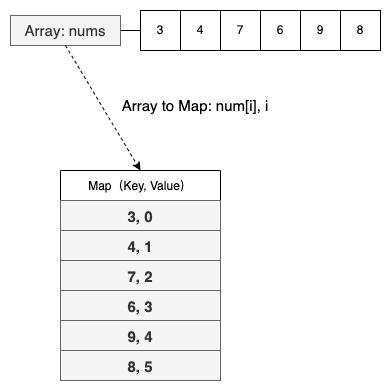
The draw.io diagram pics/0001_two_sum_arr2map.png in rickbsr/example-leetcode, before a commit. Source tidied: cells renumbered, new cells last; positions are measured from the earlier drawing's top-left corner, leaving out a move shared by most shapes. Source of this version:
```xml
<mxGraphModel>
  <root>
    <mxCell id="0" />
    <mxCell id="1" parent="0" />
    <mxCell id="2" value="Map（Key, Value）" style="swimlane;fontStyle=0;horizontal=1;startSize=30;" parent="1" vertex="1">
      <mxGeometry x="50" y="160" width="160" height="210" as="geometry" />
    </mxCell>
    <mxCell id="3" value="3, 0" style="text;strokeColor=#666666;fillColor=#f5f5f5;align=center;verticalAlign=middle;spacingLeft=4;spacingRight=4;overflow=hidden;fontColor=#333333;fontStyle=1;fontSize=15;" parent="2" vertex="1">
      <mxGeometry y="30" width="160" height="30" as="geometry" />
    </mxCell>
    <mxCell id="4" value="4, 1" style="text;strokeColor=#666666;fillColor=#f5f5f5;align=center;verticalAlign=middle;spacingLeft=4;spacingRight=4;overflow=hidden;fontColor=#333333;fontStyle=1;fontSize=15;" parent="2" vertex="1">
      <mxGeometry y="60" width="160" height="30" as="geometry" />
    </mxCell>
    <mxCell id="5" value="7, 2" style="text;strokeColor=#666666;fillColor=#f5f5f5;align=center;verticalAlign=middle;spacingLeft=4;spacingRight=4;overflow=hidden;fontColor=#333333;fontStyle=1;fontSize=15;" parent="2" vertex="1">
      <mxGeometry y="90" width="160" height="30" as="geometry" />
    </mxCell>
    <mxCell id="6" value="6, 3" style="text;strokeColor=#666666;fillColor=#f5f5f5;align=center;verticalAlign=middle;spacingLeft=4;spacingRight=4;overflow=hidden;fontColor=#333333;fontStyle=1;fontSize=15;" parent="2" vertex="1">
      <mxGeometry y="120" width="160" height="30" as="geometry" />
    </mxCell>
    <mxCell id="7" value="9, 4" style="text;strokeColor=#666666;fillColor=#f5f5f5;align=center;verticalAlign=middle;spacingLeft=4;spacingRight=4;overflow=hidden;fontColor=#333333;fontStyle=1;fontSize=15;" parent="2" vertex="1">
      <mxGeometry y="150" width="160" height="30" as="geometry" />
    </mxCell>
    <mxCell id="8" value="8, 5" style="text;strokeColor=#666666;fillColor=#f5f5f5;align=center;verticalAlign=middle;spacingLeft=4;spacingRight=4;overflow=hidden;fontColor=#333333;fontStyle=1;fontSize=15;" parent="2" vertex="1">
      <mxGeometry y="180" width="160" height="30" as="geometry" />
    </mxCell>
    <mxCell id="9" value="3" style="rounded=0;whiteSpace=wrap;html=1;" parent="1" vertex="1">
      <mxGeometry x="130" width="40" height="40" as="geometry" />
    </mxCell>
    <mxCell id="10" value="4" style="rounded=0;whiteSpace=wrap;html=1;" parent="1" vertex="1">
      <mxGeometry x="170" width="40" height="40" as="geometry" />
    </mxCell>
    <mxCell id="11" value="7" style="rounded=0;whiteSpace=wrap;html=1;" parent="1" vertex="1">
      <mxGeometry x="210" width="40" height="40" as="geometry" />
    </mxCell>
    <mxCell id="12" value="6" style="rounded=0;whiteSpace=wrap;html=1;" parent="1" vertex="1">
      <mxGeometry x="250" width="40" height="40" as="geometry" />
    </mxCell>
    <mxCell id="13" value="9" style="rounded=0;whiteSpace=wrap;html=1;" parent="1" vertex="1">
      <mxGeometry x="290" width="40" height="40" as="geometry" />
    </mxCell>
    <mxCell id="14" value="8" style="rounded=0;whiteSpace=wrap;html=1;" parent="1" vertex="1">
      <mxGeometry x="330" width="40" height="40" as="geometry" />
    </mxCell>
    <mxCell id="15" style="edgeStyle=orthogonalEdgeStyle;rounded=0;jettySize=auto;html=1;exitX=1;exitY=0.5;exitDx=0;exitDy=0;entryX=0;entryY=0.5;entryDx=0;entryDy=0;fontSize=15;endArrow=none;endFill=0;" parent="1" edge="1" source="16" target="9">
      <mxGeometry relative="1" as="geometry" />
    </mxCell>
    <mxCell id="16" value="Array: nums" style="text;html=1;align=center;verticalAlign=middle;whiteSpace=wrap;rounded=0;fontSize=15;fillColor=#f5f5f5;fontColor=#333333;strokeColor=#666666;" parent="1" vertex="1">
      <mxGeometry y="5" width="110" height="30" as="geometry" />
    </mxCell>
    <mxCell id="17" style="endArrow=classic;html=1;rounded=0;fontSize=15;exitX=0.5;exitY=1;exitDx=0;exitDy=0;entryX=0.5;entryY=0;entryDx=0;entryDy=0;dashed=1;" parent="1" edge="1" source="16" target="2">
      <mxGeometry relative="1" as="geometry" />
    </mxCell>
    <mxCell id="18" value="Array to Map: num[i], i" style="text;html=1;strokeColor=none;fillColor=none;align=center;verticalAlign=middle;whiteSpace=wrap;rounded=0;fontSize=15;" parent="1" vertex="1">
      <mxGeometry x="80" y="80" width="210" height="30" as="geometry" />
    </mxCell>
  </root>
</mxGraphModel>
```
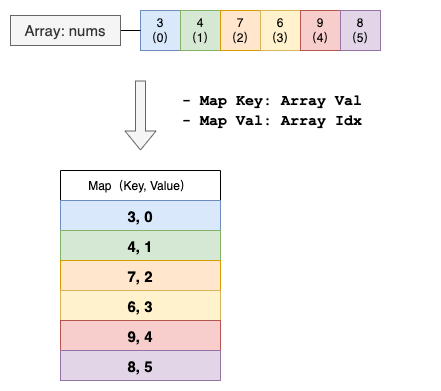
The same diagram one commit later.

What changed in the source:
```diff
@@ -5,40 +5,40 @@
     <mxCell id="2" value="Map（Key, Value）" style="swimlane;fontStyle=0;horizontal=1;startSize=30;" parent="1" vertex="1">
       <mxGeometry x="50" y="160" width="160" height="210" as="geometry" />
     </mxCell>
-    <mxCell id="3" value="3, 0" style="text;strokeColor=#666666;fillColor=#f5f5f5;align=center;verticalAlign=middle;spacingLeft=4;spacingRight=4;overflow=hidden;fontColor=#333333;fontStyle=1;fontSize=15;" parent="2" vertex="1">
+    <mxCell id="3" value="3, 0" style="text;strokeColor=#6c8ebf;fillColor=#dae8fc;align=center;verticalAlign=middle;spacingLeft=4;spacingRight=4;overflow=hidden;fontStyle=1;fontSize=15;" parent="2" vertex="1">
       <mxGeometry y="30" width="160" height="30" as="geometry" />
     </mxCell>
-    <mxCell id="4" value="4, 1" style="text;strokeColor=#666666;fillColor=#f5f5f5;align=center;verticalAlign=middle;spacingLeft=4;spacingRight=4;overflow=hidden;fontColor=#333333;fontStyle=1;fontSize=15;" parent="2" vertex="1">
+    <mxCell id="4" value="4, 1" style="text;strokeColor=#82b366;fillColor=#d5e8d4;align=center;verticalAlign=middle;spacingLeft=4;spacingRight=4;overflow=hidden;fontStyle=1;fontSize=15;" parent="2" vertex="1">
       <mxGeometry y="60" width="160" height="30" as="geometry" />
     </mxCell>
-    <mxCell id="5" value="7, 2" style="text;strokeColor=#666666;fillColor=#f5f5f5;align=center;verticalAlign=middle;spacingLeft=4;spacingRight=4;overflow=hidden;fontColor=#333333;fontStyle=1;fontSize=15;" parent="2" vertex="1">
+    <mxCell id="5" value="7, 2" style="text;strokeColor=#d79b00;fillColor=#ffe6cc;align=center;verticalAlign=middle;spacingLeft=4;spacingRight=4;overflow=hidden;fontStyle=1;fontSize=15;" parent="2" vertex="1">
       <mxGeometry y="90" width="160" height="30" as="geometry" />
     </mxCell>
-    <mxCell id="6" value="6, 3" style="text;strokeColor=#666666;fillColor=#f5f5f5;align=center;verticalAlign=middle;spacingLeft=4;spacingRight=4;overflow=hidden;fontColor=#333333;fontStyle=1;fontSize=15;" parent="2" vertex="1">
+    <mxCell id="6" value="6, 3" style="text;strokeColor=#d6b656;fillColor=#fff2cc;align=center;verticalAlign=middle;spacingLeft=4;spacingRight=4;overflow=hidden;fontStyle=1;fontSize=15;" parent="2" vertex="1">
       <mxGeometry y="120" width="160" height="30" as="geometry" />
     </mxCell>
-    <mxCell id="7" value="9, 4" style="text;strokeColor=#666666;fillColor=#f5f5f5;align=center;verticalAlign=middle;spacingLeft=4;spacingRight=4;overflow=hidden;fontColor=#333333;fontStyle=1;fontSize=15;" parent="2" vertex="1">
+    <mxCell id="7" value="9, 4" style="text;strokeColor=#b85450;fillColor=#f8cecc;align=center;verticalAlign=middle;spacingLeft=4;spacingRight=4;overflow=hidden;fontStyle=1;fontSize=15;" parent="2" vertex="1">
       <mxGeometry y="150" width="160" height="30" as="geometry" />
     </mxCell>
-    <mxCell id="8" value="8, 5" style="text;strokeColor=#666666;fillColor=#f5f5f5;align=center;verticalAlign=middle;spacingLeft=4;spacingRight=4;overflow=hidden;fontColor=#333333;fontStyle=1;fontSize=15;" parent="2" vertex="1">
+    <mxCell id="8" value="8, 5" style="text;strokeColor=#9673a6;fillColor=#e1d5e7;align=center;verticalAlign=middle;spacingLeft=4;spacingRight=4;overflow=hidden;fontStyle=1;fontSize=15;" parent="2" vertex="1">
       <mxGeometry y="180" width="160" height="30" as="geometry" />
     </mxCell>
-    <mxCell id="9" value="3" style="rounded=0;whiteSpace=wrap;html=1;" parent="1" vertex="1">
+    <mxCell id="9" value="3&lt;br&gt;（0）" style="rounded=0;whiteSpace=wrap;html=1;fillColor=#dae8fc;strokeColor=#6c8ebf;" parent="1" vertex="1">
       <mxGeometry x="130" width="40" height="40" as="geometry" />
     </mxCell>
-    <mxCell id="10" value="4" style="rounded=0;whiteSpace=wrap;html=1;" parent="1" vertex="1">
+    <mxCell id="10" value="4&lt;br&gt;（1）" style="rounded=0;whiteSpace=wrap;html=1;fillColor=#d5e8d4;strokeColor=#82b366;" parent="1" vertex="1">
       <mxGeometry x="170" width="40" height="40" as="geometry" />
     </mxCell>
-    <mxCell id="11" value="7" style="rounded=0;whiteSpace=wrap;html=1;" parent="1" vertex="1">
+    <mxCell id="11" value="7&lt;br&gt;（2）" style="rounded=0;whiteSpace=wrap;html=1;fillColor=#ffe6cc;strokeColor=#d79b00;" parent="1" vertex="1">
       <mxGeometry x="210" width="40" height="40" as="geometry" />
     </mxCell>
-    <mxCell id="12" value="6" style="rounded=0;whiteSpace=wrap;html=1;" parent="1" vertex="1">
+    <mxCell id="12" value="6&lt;br&gt;（3）" style="rounded=0;whiteSpace=wrap;html=1;fillColor=#fff2cc;strokeColor=#d6b656;" parent="1" vertex="1">
       <mxGeometry x="250" width="40" height="40" as="geometry" />
     </mxCell>
-    <mxCell id="13" value="9" style="rounded=0;whiteSpace=wrap;html=1;" parent="1" vertex="1">
+    <mxCell id="13" value="9&lt;br&gt;（4）" style="rounded=0;whiteSpace=wrap;html=1;fillColor=#f8cecc;strokeColor=#b85450;" parent="1" vertex="1">
       <mxGeometry x="290" width="40" height="40" as="geometry" />
     </mxCell>
-    <mxCell id="14" value="8" style="rounded=0;whiteSpace=wrap;html=1;" parent="1" vertex="1">
+    <mxCell id="14" value="8&lt;br&gt;（5）" style="rounded=0;whiteSpace=wrap;html=1;fillColor=#e1d5e7;strokeColor=#9673a6;" parent="1" vertex="1">
       <mxGeometry x="330" width="40" height="40" as="geometry" />
     </mxCell>
     <mxCell id="15" style="edgeStyle=orthogonalEdgeStyle;rounded=0;jettySize=auto;html=1;exitX=1;exitY=0.5;exitDx=0;exitDy=0;entryX=0;entryY=0.5;entryDx=0;entryDy=0;fontSize=15;endArrow=none;endFill=0;" parent="1" edge="1" source="16" target="9">
@@ -47,11 +47,14 @@
     <mxCell id="16" value="Array: nums" style="text;html=1;align=center;verticalAlign=middle;whiteSpace=wrap;rounded=0;fontSize=15;fillColor=#f5f5f5;fontColor=#333333;strokeColor=#666666;" parent="1" vertex="1">
       <mxGeometry y="5" width="110" height="30" as="geometry" />
     </mxCell>
-    <mxCell id="17" style="endArrow=classic;html=1;rounded=0;fontSize=15;exitX=0.5;exitY=1;exitDx=0;exitDy=0;entryX=0.5;entryY=0;entryDx=0;entryDy=0;dashed=1;" parent="1" edge="1" source="16" target="2">
-      <mxGeometry relative="1" as="geometry" />
-    </mxCell>
-    <mxCell id="18" value="Array to Map: num[i], i" style="text;html=1;strokeColor=none;fillColor=none;align=center;verticalAlign=middle;whiteSpace=wrap;rounded=0;fontSize=15;" parent="1" vertex="1">
-      <mxGeometry x="80" y="80" width="210" height="30" as="geometry" />
-    </mxCell>
+    <mxCell id="19" style="shape=flexArrow;endArrow=classic;html=1;rounded=0;fillColor=#f5f5f5;strokeColor=#666666;" parent="1" edge="1">
+      <mxGeometry relative="1" as="geometry">
+        <mxPoint x="130" y="70" as="sourcePoint" />
+        <mxPoint x="130" y="140" as="targetPoint" />
+      </mxGeometry>
+    </mxCell>
+    <mxCell id="20" value="&lt;font face=&quot;Courier New&quot;&gt;&lt;b&gt;- Map Key: Array Val&lt;br&gt;- Map Val: Array Idx&lt;/b&gt;&lt;/font&gt;" style="text;html=1;strokeColor=none;fillColor=none;align=left;verticalAlign=middle;whiteSpace=wrap;rounded=0;fontSize=15;" parent="1" vertex="1">
+      <mxGeometry x="170" y="80" width="250" height="40" as="geometry" />
+    </mxCell>
   </root>
 </mxGraphModel>
```
